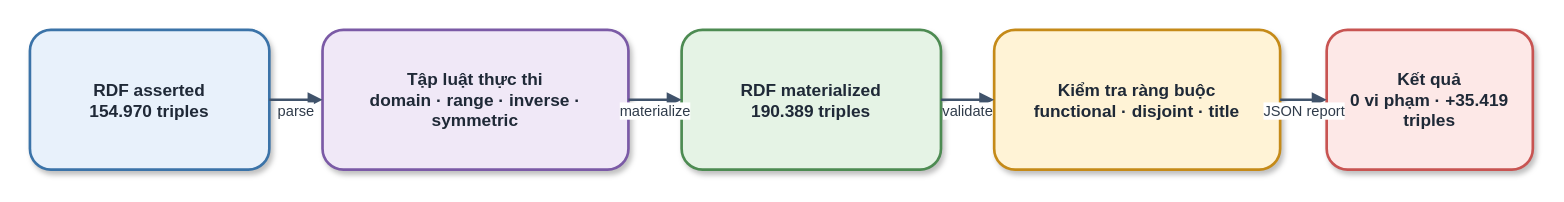
khanhhk/advanced_database keeps this draw.io diagram as report_latex/images/sources/semantic_reasoning.drawio. Above is the earlier version. Source tidied: cells renumbered, new cells numbered last; positions are measured from the earlier drawing's top-left corner, leaving out a move shared by most shapes. Both pictures are drawn from the tidied source at 133%, with x=0, y=0 at pixel (29, 29).
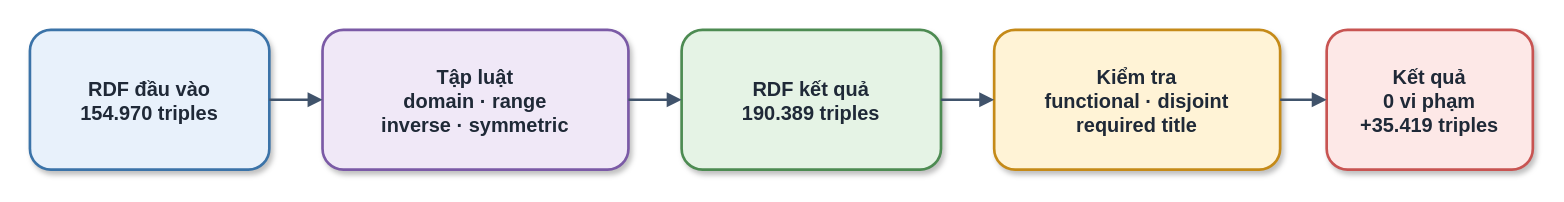
The same page after the edit.

The edit, as a diff of the source:
```diff
@@
 <mxGraphModel>
   <root>
     <mxCell id="0" />
     <mxCell id="1" parent="0" />
-    <mxCell id="2" value="RDF asserted&#10;154.970 triples" style="rounded=1;whiteSpace=wrap;html=1;fillColor=#E8F1FB;strokeColor=#3B73A8;strokeWidth=2;fontSize=13;fontColor=#1F2937;fontStyle=1;spacing=8;shadow=1;" parent="1" vertex="1">
+    <mxCell id="2" value="RDF đầu vào&#10;154.970 triples" style="rounded=1;whiteSpace=wrap;html=1;fillColor=#E8F1FB;strokeColor=#3B73A8;strokeWidth=2;fontSize=15;fontColor=#1F2937;fontStyle=1;spacing=8;shadow=1;" parent="1" vertex="1">
       <mxGeometry width="180" height="105" as="geometry" />
     </mxCell>
-    <mxCell id="3" value="Tập luật thực thi&#10;domain · range · inverse · symmetric" style="rounded=1;whiteSpace=wrap;html=1;fillColor=#F0E8F7;strokeColor=#7B5AA6;strokeWidth=2;fontSize=13;fontColor=#1F2937;fontStyle=1;spacing=8;shadow=1;" parent="1" vertex="1">
+    <mxCell id="3" value="Tập luật&#10;domain · range&#10;inverse · symmetric" style="rounded=1;whiteSpace=wrap;html=1;fillColor=#F0E8F7;strokeColor=#7B5AA6;strokeWidth=2;fontSize=15;fontColor=#1F2937;fontStyle=1;spacing=8;shadow=1;" parent="1" vertex="1">
       <mxGeometry x="220" width="230" height="105" as="geometry" />
     </mxCell>
-    <mxCell id="4" value="RDF materialized&#10;190.389 triples" style="rounded=1;whiteSpace=wrap;html=1;fillColor=#E5F3E5;strokeColor=#4D8B52;strokeWidth=2;fontSize=13;fontColor=#1F2937;fontStyle=1;spacing=8;shadow=1;" parent="1" vertex="1">
+    <mxCell id="4" value="RDF kết quả&#10;190.389 triples" style="rounded=1;whiteSpace=wrap;html=1;fillColor=#E5F3E5;strokeColor=#4D8B52;strokeWidth=2;fontSize=15;fontColor=#1F2937;fontStyle=1;spacing=8;shadow=1;" parent="1" vertex="1">
       <mxGeometry x="490" width="195" height="105" as="geometry" />
     </mxCell>
-    <mxCell id="5" value="Kiểm tra ràng buộc&#10;functional · disjoint · title" style="rounded=1;whiteSpace=wrap;html=1;fillColor=#FFF3D6;strokeColor=#C58A18;strokeWidth=2;fontSize=13;fontColor=#1F2937;fontStyle=1;spacing=8;shadow=1;" parent="1" vertex="1">
+    <mxCell id="5" value="Kiểm tra&#10;functional · disjoint&#10;required title" style="rounded=1;whiteSpace=wrap;html=1;fillColor=#FFF3D6;strokeColor=#C58A18;strokeWidth=2;fontSize=15;fontColor=#1F2937;fontStyle=1;spacing=8;shadow=1;" parent="1" vertex="1">
       <mxGeometry x="725" width="215" height="105" as="geometry" />
     </mxCell>
-    <mxCell id="6" value="Kết quả&#10;0 vi phạm · +35.419 triples" style="rounded=1;whiteSpace=wrap;html=1;fillColor=#FDE8E7;strokeColor=#C85452;strokeWidth=2;fontSize=13;fontColor=#1F2937;fontStyle=1;spacing=8;shadow=1;" parent="1" vertex="1">
+    <mxCell id="6" value="Kết quả&#10;0 vi phạm&#10;+35.419 triples" style="rounded=1;whiteSpace=wrap;html=1;fillColor=#FDE8E7;strokeColor=#C85452;strokeWidth=2;fontSize=15;fontColor=#1F2937;fontStyle=1;spacing=8;shadow=1;" parent="1" vertex="1">
       <mxGeometry x="975" width="155" height="105" as="geometry" />
     </mxCell>
-    <mxCell id="7" value="parse" style="edgeStyle=orthogonalEdgeStyle;rounded=1;jettySize=auto;html=1;endArrow=block;endFill=1;strokeColor=#40536B;strokeWidth=2;fontSize=11;fontColor=#2F3B4A;labelBackgroundColor=#FFFFFF;spacingBottom=8;exitX=1;exitY=0.5;exitDx=0;exitDy=0;entryX=0;entryY=0.5;entryDx=0;entryDy=0;" parent="1" edge="1" source="2" target="3">
+    <mxCell id="7" style="edgeStyle=orthogonalEdgeStyle;rounded=1;jettySize=auto;html=1;endArrow=block;endFill=1;strokeColor=#40536B;strokeWidth=2;fontSize=13;fontColor=#2F3B4A;labelBackgroundColor=#FFFFFF;spacingBottom=8;exitX=1;exitY=0.5;exitDx=0;exitDy=0;entryX=0;entryY=0.5;entryDx=0;entryDy=0;" parent="1" edge="1" source="2" target="3">
       <mxGeometry y="-12" relative="1" as="geometry" />
     </mxCell>
-    <mxCell id="8" value="materialize" style="edgeStyle=orthogonalEdgeStyle;rounded=1;jettySize=auto;html=1;endArrow=block;endFill=1;strokeColor=#40536B;strokeWidth=2;fontSize=11;fontColor=#2F3B4A;labelBackgroundColor=#FFFFFF;spacingBottom=8;exitX=1;exitY=0.5;exitDx=0;exitDy=0;entryX=0;entryY=0.5;entryDx=0;entryDy=0;" parent="1" edge="1" source="3" target="4">
+    <mxCell id="8" style="edgeStyle=orthogonalEdgeStyle;rounded=1;jettySize=auto;html=1;endArrow=block;endFill=1;strokeColor=#40536B;strokeWidth=2;fontSize=13;fontColor=#2F3B4A;labelBackgroundColor=#FFFFFF;spacingBottom=8;exitX=1;exitY=0.5;exitDx=0;exitDy=0;entryX=0;entryY=0.5;entryDx=0;entryDy=0;" parent="1" edge="1" source="3" target="4">
       <mxGeometry y="-12" relative="1" as="geometry" />
     </mxCell>
-    <mxCell id="9" value="validate" style="edgeStyle=orthogonalEdgeStyle;rounded=1;jettySize=auto;html=1;endArrow=block;endFill=1;strokeColor=#40536B;strokeWidth=2;fontSize=11;fontColor=#2F3B4A;labelBackgroundColor=#FFFFFF;spacingBottom=8;exitX=1;exitY=0.5;exitDx=0;exitDy=0;entryX=0;entryY=0.5;entryDx=0;entryDy=0;" parent="1" edge="1" source="4" target="5">
+    <mxCell id="9" style="edgeStyle=orthogonalEdgeStyle;rounded=1;jettySize=auto;html=1;endArrow=block;endFill=1;strokeColor=#40536B;strokeWidth=2;fontSize=13;fontColor=#2F3B4A;labelBackgroundColor=#FFFFFF;spacingBottom=8;exitX=1;exitY=0.5;exitDx=0;exitDy=0;entryX=0;entryY=0.5;entryDx=0;entryDy=0;" parent="1" edge="1" source="4" target="5">
       <mxGeometry y="-12" relative="1" as="geometry" />
     </mxCell>
-    <mxCell id="10" value="JSON report" style="edgeStyle=orthogonalEdgeStyle;rounded=1;jettySize=auto;html=1;endArrow=block;endFill=1;strokeColor=#40536B;strokeWidth=2;fontSize=11;fontColor=#2F3B4A;labelBackgroundColor=#FFFFFF;spacingBottom=8;exitX=1;exitY=0.5;exitDx=0;exitDy=0;entryX=0;entryY=0.5;entryDx=0;entryDy=0;" parent="1" edge="1" source="5" target="6">
+    <mxCell id="10" style="edgeStyle=orthogonalEdgeStyle;rounded=1;jettySize=auto;html=1;endArrow=block;endFill=1;strokeColor=#40536B;strokeWidth=2;fontSize=13;fontColor=#2F3B4A;labelBackgroundColor=#FFFFFF;spacingBottom=8;exitX=1;exitY=0.5;exitDx=0;exitDy=0;entryX=0;entryY=0.5;entryDx=0;entryDy=0;" parent="1" edge="1" source="5" target="6">
       <mxGeometry y="-12" relative="1" as="geometry" />
     </mxCell>
   </root>
 </mxGraphModel>
```
